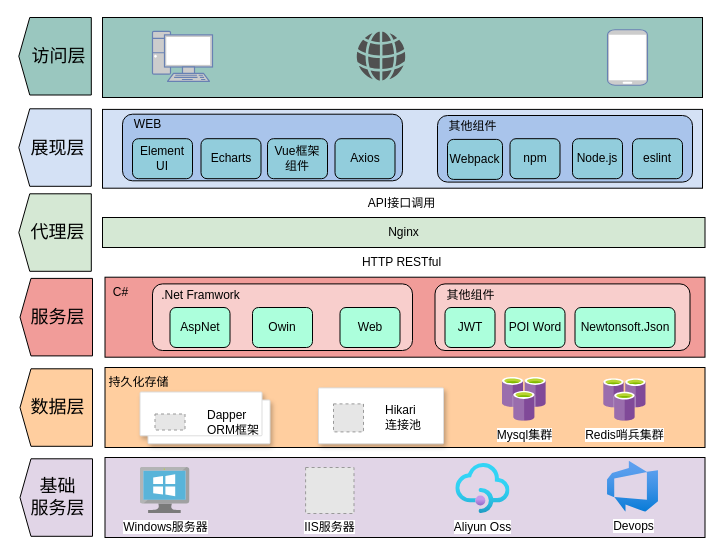
Earlier version of the draw.io diagram 未命名绘图.drawio (PXNPXN/MyHexo). Source tidied: cells renumbered, new cells numbered last; positions are measured from the earlier drawing's top-left corner, leaving out a move shared by most shapes. Both pictures are drawn from the tidied source at 100%, with x=0, y=0 at pixel (16, 17). Pictures stored in the file or linked from it are replaced by grey dashed boxes.
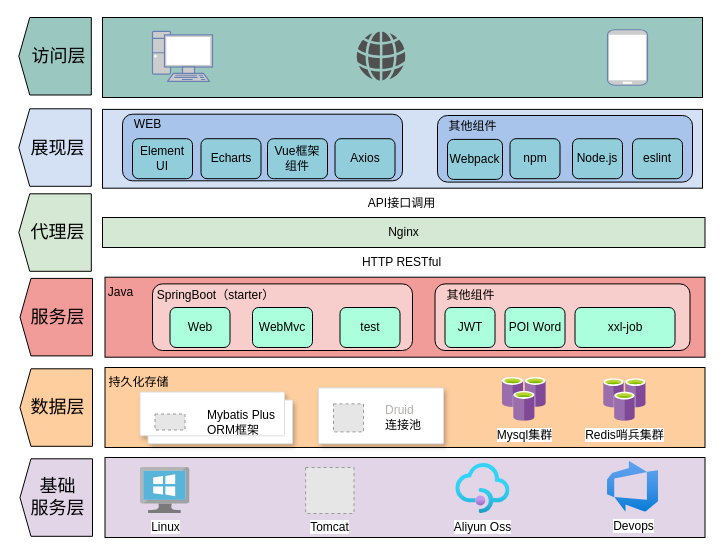
After the change.

Commit message:
java版本架构图.drawio

Unchanged cells that the change refers to:
```xml
<mxCell id="27" style="strokeColor=#dddddd;shadow=1;strokeWidth=1;rounded=1;absoluteArcSize=1;arcSize=2;" parent="1" vertex="1">
  <mxGeometry x="302" y="370.4" width="125" height="55.9" as="geometry" />
</mxCell>
```

The edit, as a diff of the source:
```diff
@@
-    <mxCell id="24" value="Windows服务器" style="image;sketch=0;html=1;align=center;fontSize=12;image=img/lib/mscae/VirtualMachineWindows.svg;" parent="1" vertex="1">
+    <mxCell id="24" value="Linux" style="image;sketch=0;html=1;align=center;fontSize=12;image=img/lib/mscae/VirtualMachineWindows.svg;" parent="1" vertex="1">
       <mxGeometry x="123.5" y="450" width="50" height="46" as="geometry" />
     </mxCell>
     <mxCell id="25" style="shape=mxgraph.gcp2.doubleRect;strokeColor=#dddddd;shadow=1;strokeWidth=1;rounded=1;absoluteArcSize=1;arcSize=2;" parent="1" vertex="1">
-      <mxGeometry x="123.5" y="374.5" width="130" height="51.8" as="geometry" />
+      <mxGeometry x="123.5" y="374.5" width="152.5" height="51.8" as="geometry" />
     </mxCell>
-    <mxCell id="26" value="&lt;font color=&quot;#000000&quot;&gt;Dapper&amp;nbsp;&lt;/font&gt;&lt;div&gt;&lt;font color=&quot;#000000&quot;&gt;ORM框架&lt;/font&gt;&lt;/div&gt;" style="fillColor=#E6E6E6;strokeColor=#999999;dashed=1;html=1;fontColor=#999999;verticalLabelPosition=middle;verticalAlign=middle;labelPosition=right;align=left;spacingLeft=20;" parent="25" vertex="1">
+    <mxCell id="26" value="&lt;font style=&quot;--darkreader-inline-color: #b0afac;&quot; color=&quot;#000000&quot;&gt;Mybatis Plus&amp;nbsp;&lt;/font&gt;&lt;div&gt;&lt;font style=&quot;--darkreader-inline-color: #b0afac;&quot; color=&quot;#000000&quot;&gt;ORM框架&lt;/font&gt;&lt;/div&gt;" style="fillColor=#E6E6E6;strokeColor=#999999;dashed=1;html=1;fontColor=#999999;verticalLabelPosition=middle;verticalAlign=middle;labelPosition=right;align=left;spacingLeft=20;" parent="25" vertex="1">
       <mxGeometry width="30" height="16" relative="1" as="geometry">
         <mxPoint x="15" y="22" as="offset" />
       </mxGeometry>
     </mxCell>
@@
-    <mxCell id="28" value="&lt;font color=&quot;#000000&quot;&gt;Hikari&lt;/font&gt;&lt;div&gt;&lt;font color=&quot;#000000&quot;&gt;连接池&lt;/font&gt;&lt;/div&gt;" style="fillColor=#E6E6E6;strokeColor=#999999;dashed=1;html=1;fontColor=#999999;verticalLabelPosition=middle;verticalAlign=middle;labelPosition=right;align=left;spacingLeft=20;" parent="27" vertex="1">
+    <mxCell id="28" value="&lt;font style=&quot;--darkreader-inline-color: #88837c;&quot; color=&quot;#b0afac&quot;&gt;Druid&lt;/font&gt;&lt;br&gt;&lt;div&gt;&lt;font style=&quot;--darkreader-inline-color: #b0afac;&quot; color=&quot;#000000&quot;&gt;连接池&lt;/font&gt;&lt;/div&gt;" style="fillColor=#E6E6E6;strokeColor=#999999;dashed=1;html=1;fontColor=#999999;verticalLabelPosition=middle;verticalAlign=middle;labelPosition=right;align=left;spacingLeft=20;" parent="27" vertex="1">
       <mxGeometry width="30" height="28" relative="1" as="geometry">
         <mxPoint x="15" y="16" as="offset" />
       </mxGeometry>
     </mxCell>
@@
-    <mxCell id="30" value=".Net Framwork" style="text;html=1;align=center;verticalAlign=middle;strokeColor=none;fillColor=none;" parent="1" vertex="1">
-      <mxGeometry x="133.5" y="263.4" width="100" height="30" as="geometry" />
+    <mxCell id="30" value="SpringBoot（starter）" style="text;html=1;align=center;verticalAlign=middle;strokeColor=none;fillColor=none;" parent="1" vertex="1">
+      <mxGeometry x="128.5" y="263.4" width="140" height="30" as="geometry" />
     </mxCell>
-    <mxCell id="31" value="AspNet" style="rounded=1;whiteSpace=wrap;html=1;fillColor=#acffdc;" parent="1" vertex="1">
+    <mxCell id="31" value="Web" style="rounded=1;whiteSpace=wrap;html=1;fillColor=#acffdc;" parent="1" vertex="1">
       <mxGeometry x="153.5" y="290" width="60" height="40" as="geometry" />
     </mxCell>
@@
-    <mxCell id="36" value="Owin" style="rounded=1;whiteSpace=wrap;html=1;fillColor=#ACFFDC;" parent="1" vertex="1">
+    <mxCell id="36" value="WebMvc" style="rounded=1;whiteSpace=wrap;html=1;fillColor=#ACFFDC;" parent="1" vertex="1">
       <mxGeometry x="236" y="290" width="60" height="40" as="geometry" />
     </mxCell>
-    <mxCell id="37" value="Newtonsoft.Json" style="rounded=1;whiteSpace=wrap;html=1;fillColor=#ACFFDC;" parent="1" vertex="1">
+    <mxCell id="37" value="xxl-job" style="rounded=1;whiteSpace=wrap;html=1;fillColor=#ACFFDC;" parent="1" vertex="1">
       <mxGeometry x="558.5" y="290" width="100" height="40" as="geometry" />
     </mxCell>
-    <mxCell id="38" value="Web" style="rounded=1;whiteSpace=wrap;html=1;fillColor=#ACFFDC;" parent="1" vertex="1">
+    <mxCell id="38" value="test" style="rounded=1;whiteSpace=wrap;html=1;fillColor=#ACFFDC;" parent="1" vertex="1">
       <mxGeometry x="323.5" y="290" width="60" height="40" as="geometry" />
     </mxCell>
@@
-    <mxCell id="41" value="C#" style="text;html=1;align=center;verticalAlign=middle;strokeColor=none;fillColor=none;" parent="1" vertex="1">
-      <mxGeometry x="83.5" y="259.7" width="40" height="30" as="geometry" />
+    <mxCell id="41" value="Java" style="text;html=1;align=center;verticalAlign=middle;strokeColor=none;fillColor=none;" parent="1" vertex="1">
+      <mxGeometry x="78.5" y="259.7" width="50" height="30" as="geometry" />
     </mxCell>
@@
-    <mxCell id="43" value="IIS服务器" style="fillColor=#E6E6E6;strokeColor=#999999;dashed=1;html=1;verticalLabelPosition=bottom;labelBackgroundColor=#ffffff;verticalAlign=top;" parent="1" vertex="1">
+    <mxCell id="43" value="Tomcat" style="fillColor=#E6E6E6;strokeColor=#999999;dashed=1;html=1;verticalLabelPosition=bottom;labelBackgroundColor=#ffffff;verticalAlign=top;" parent="1" vertex="1">
       <mxGeometry x="289.1" y="450" width="48.4" height="46" as="geometry" />
     </mxCell>
```
